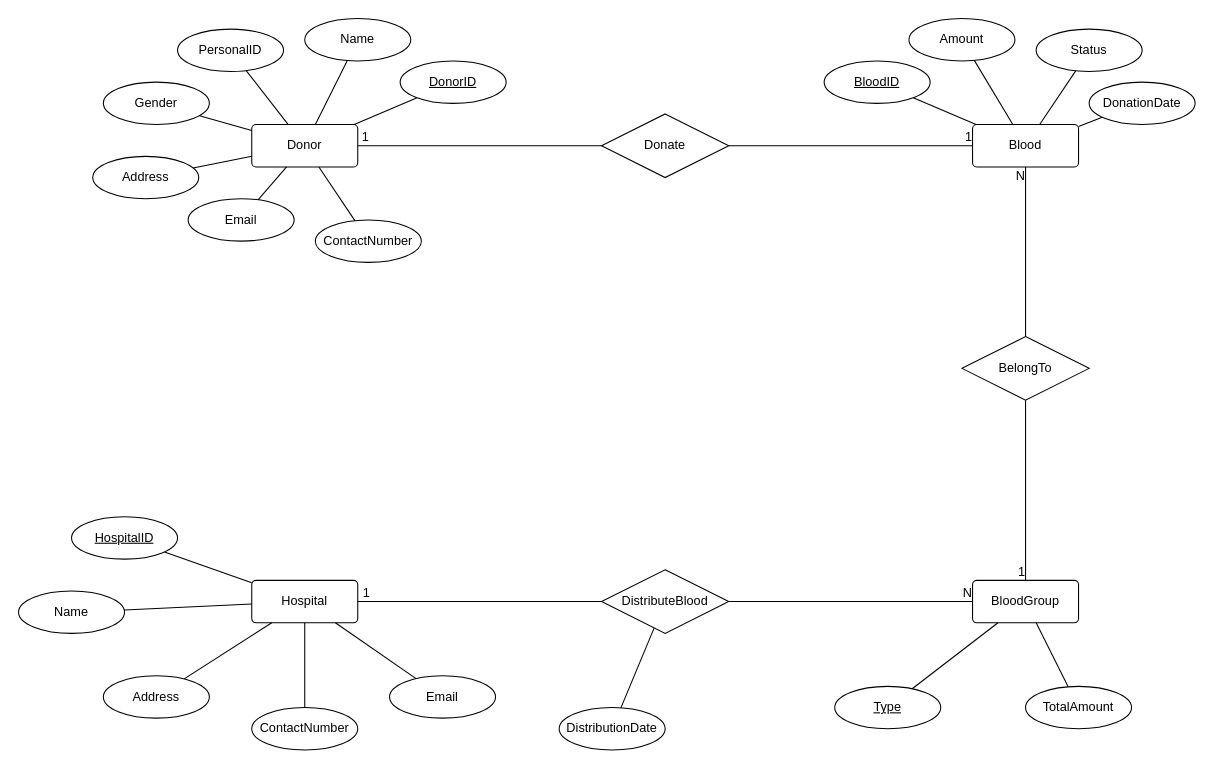
Before: Project.drawio in phucnguyen111/DatabaseProject-BloodManagement, a draw.io diagram. Source tidied: cells renumbered, new cells numbered last; positions are measured from the earlier drawing's top-left corner, leaving out a move shared by most shapes. Both pictures are drawn from the tidied source at 106%, with x=0, y=0 at pixel (18, 18).
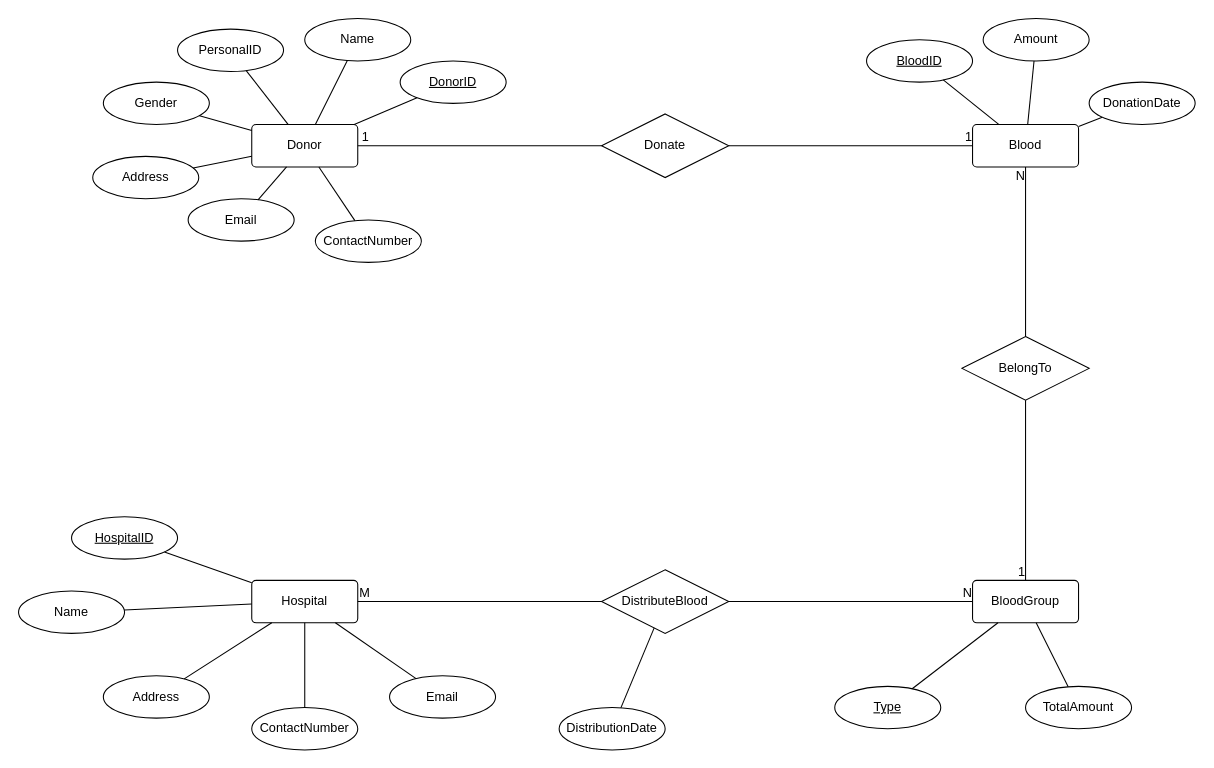
Above is the later version.

Unchanged cells that the change refers to:
```xml
<mxCell id="13" value="Blood" style="rounded=1;arcSize=10;whiteSpace=wrap;html=1;align=center;" parent="1" vertex="1">
  <mxGeometry x="900" y="100" width="100" height="40" as="geometry" />
</mxCell>
<mxCell id="33" style="endArrow=none;html=1;rounded=0;" parent="1" edge="1" source="31" target="30">
  <mxGeometry relative="1" as="geometry" />
</mxCell>
```

Diff of the diagram source:
```diff
@@
     <mxCell id="14" value="Amount" style="ellipse;whiteSpace=wrap;html=1;align=center;" parent="1" vertex="1">
-      <mxGeometry x="840" width="100" height="40" as="geometry" />
+      <mxGeometry x="910" width="100" height="40" as="geometry" />
     </mxCell>
-    <mxCell id="15" value="Status" style="ellipse;whiteSpace=wrap;html=1;align=center;" parent="1" vertex="1">
-      <mxGeometry x="960" y="10" width="100" height="40" as="geometry" />
-    </mxCell>
-    <mxCell id="16" style="endArrow=none;html=1;rounded=0;" parent="1" edge="1" source="15" target="13">
-      <mxGeometry relative="1" as="geometry" />
-    </mxCell>
@@
     <mxCell id="26" value="BloodID" style="ellipse;whiteSpace=wrap;html=1;align=center;fontStyle=4;" parent="1" vertex="1">
-      <mxGeometry x="760" y="40" width="100" height="40" as="geometry" />
+      <mxGeometry x="800" y="20" width="100" height="40" as="geometry" />
     </mxCell>
@@
-    <mxCell id="34" value="1" style="html=1;align=right;verticalAlign=bottom;" parent="33" vertex="1">
+    <mxCell id="34" value="M" style="html=1;align=right;verticalAlign=bottom;" parent="33" vertex="1">
       <mxGeometry x="1" relative="1" as="geometry">
         <mxPoint x="12" as="offset" />
       </mxGeometry>
     </mxCell>
```
